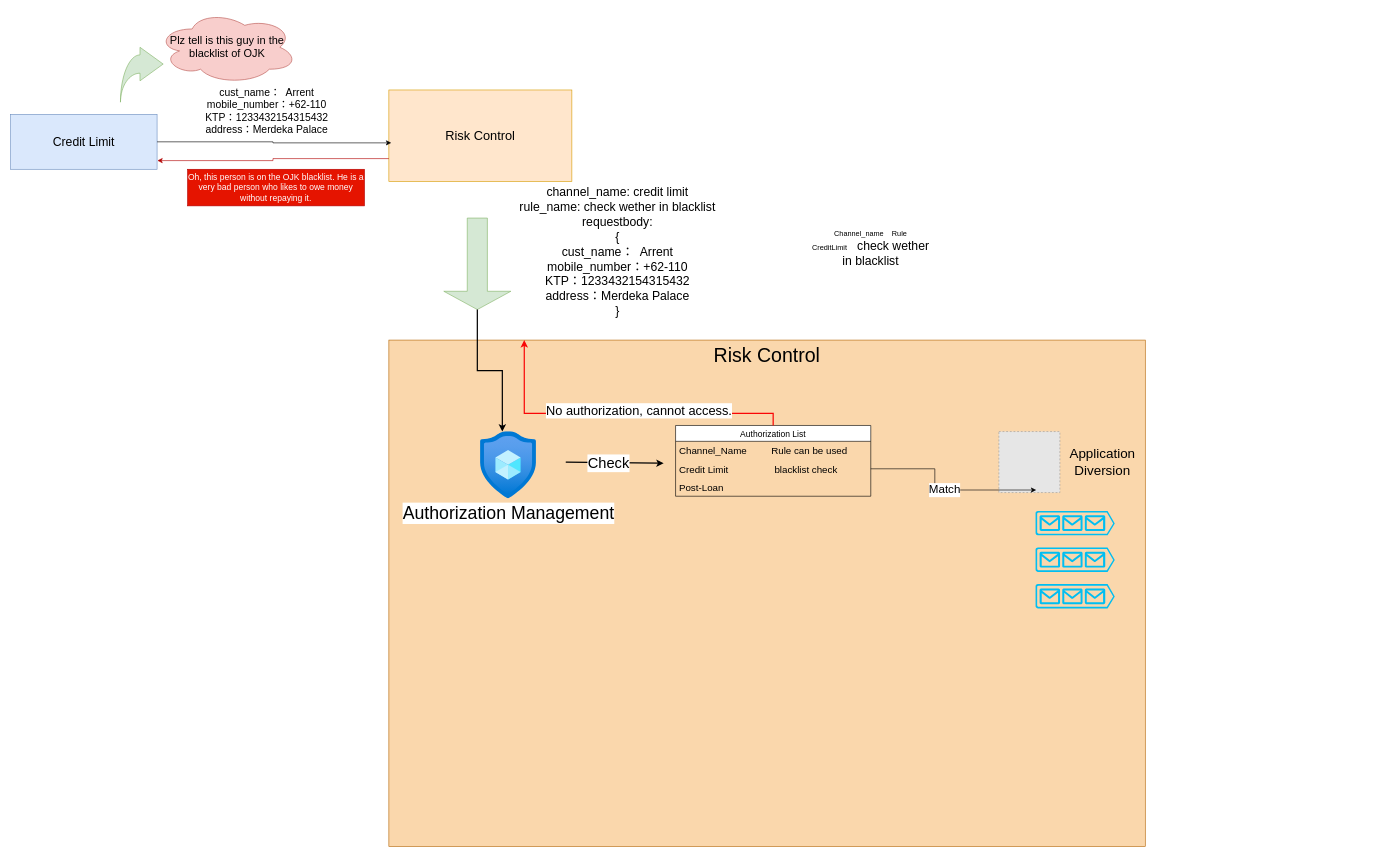
Above: 风控.drawio in paidaxingz/draw.io (draw.io), before the change. Source tidied: cells renumbered, new cells numbered last; positions are measured from the earlier drawing's top-left corner, leaving out a move shared by most shapes. Both pictures are drawn from the tidied source at 61%, with x=0, y=0 at pixel (10, 10). Pictures stored in the file or linked from it are replaced by grey dashed boxes.
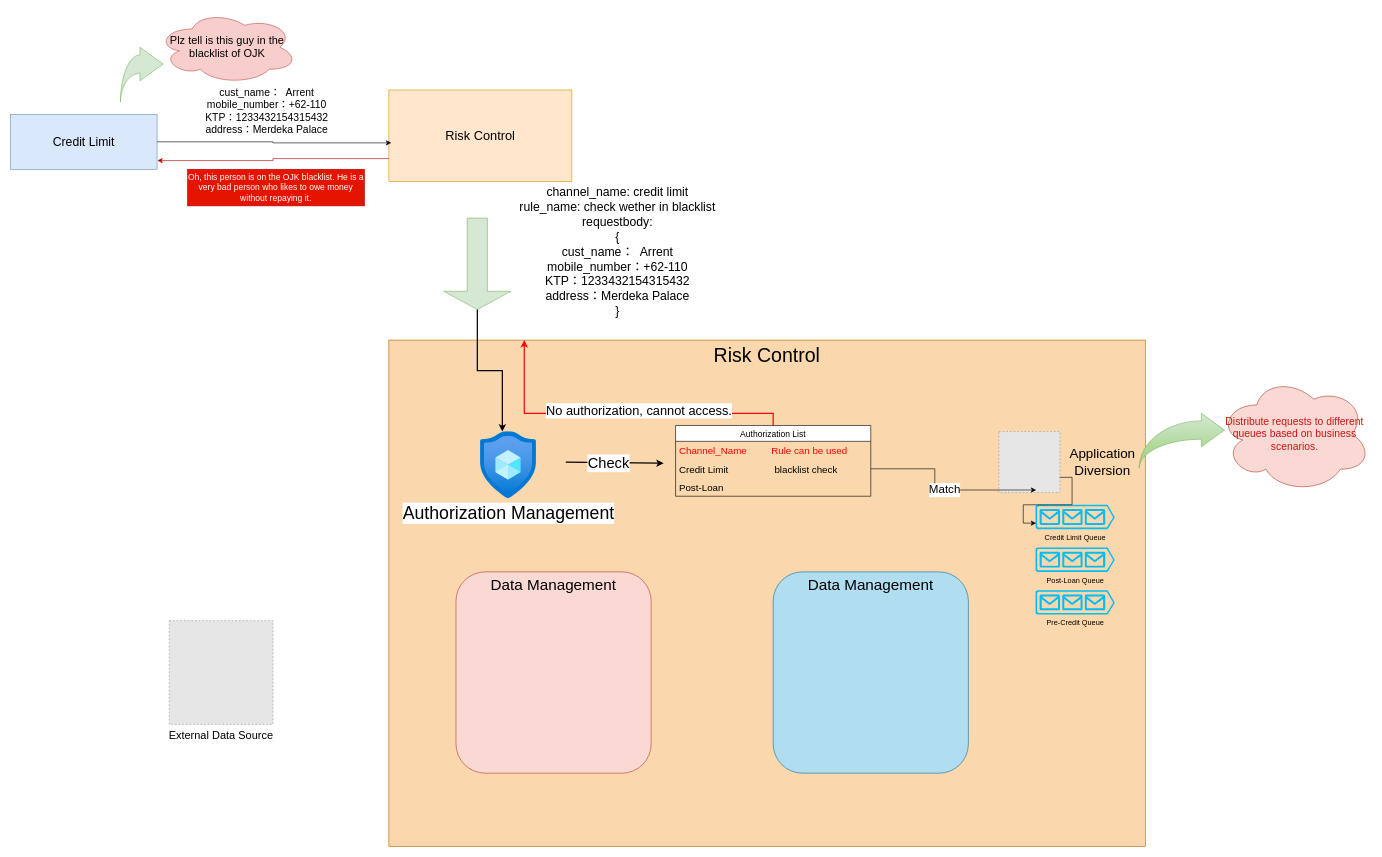
After the change.

The change refers to these unchanged cells:
```xml
<mxCell id="18" value="Authorization List" style="swimlane;fontStyle=0;horizontal=1;startSize=26;align=center;fontSize=14;" parent="1" vertex="1">
  <mxGeometry x="1090" y="680" width="320" height="116" as="geometry" />
</mxCell>
<mxCell id="24" style="fillColor=#E6E6E6;strokeColor=#999999;dashed=1;verticalLabelPosition=bottom;labelBackgroundColor=default;verticalAlign=top;" parent="1" vertex="1">
  <mxGeometry x="1620" y="690" width="100" height="100" as="geometry" />
</mxCell>
```

The edit, as a diff of the source:
```diff
@@
-    <mxCell id="17" value="Channel_name&amp;nbsp; &amp;nbsp; Rule&lt;div&gt;CreditLimit&amp;nbsp; &amp;nbsp; &amp;nbsp;&lt;span style=&quot;font-size: 20px; background-color: transparent; color: light-dark(rgb(0, 0, 0), rgb(255, 255, 255));&quot;&gt;check wether in blacklist&lt;/span&gt;&lt;/div&gt;" style="text;html=1;align=center;verticalAlign=middle;whiteSpace=wrap;rounded=0;" parent="1" vertex="1">
-      <mxGeometry x="1310" y="370" width="200" height="40" as="geometry" />
-    </mxCell>
@@
-    <mxCell id="19" value="Channel_Name&amp;nbsp; &amp;nbsp; &amp;nbsp; &amp;nbsp; &amp;nbsp;Rule can be used" style="text;strokeColor=none;fillColor=none;spacingLeft=4;spacingRight=4;overflow=hidden;fontSize=16;whiteSpace=wrap;html=1;" parent="18" vertex="1">
+    <mxCell id="19" value="&lt;font style=&quot;color: rgb(255, 0, 0);&quot;&gt;Channel_Name&amp;nbsp; &amp;nbsp; &amp;nbsp; &amp;nbsp; &amp;nbsp;Rule can be used&lt;/font&gt;" style="text;strokeColor=none;fillColor=none;spacingLeft=4;spacingRight=4;overflow=hidden;fontSize=16;whiteSpace=wrap;html=1;" parent="18" vertex="1">
       <mxGeometry y="26" width="320" height="30" as="geometry" />
     </mxCell>
@@
-    <mxCell id="28" style="verticalLabelPosition=bottom;html=1;verticalAlign=top;align=center;strokeColor=none;fillColor=#00BEF2;shape=mxgraph.azure.queue_generic;" parent="1" vertex="1">
-      <mxGeometry x="1680" y="820" width="130" height="40" as="geometry" />
+    <mxCell id="28" value="Credit Limit Queue" style="verticalLabelPosition=bottom;html=1;verticalAlign=top;align=center;strokeColor=none;fillColor=#00BEF2;shape=mxgraph.azure.queue_generic;" parent="1" vertex="1">
+      <mxGeometry x="1680" y="810" width="130" height="40" as="geometry" />
     </mxCell>
-    <mxCell id="29" style="verticalLabelPosition=bottom;html=1;verticalAlign=top;align=center;strokeColor=none;fillColor=#00BEF2;shape=mxgraph.azure.queue_generic;" parent="1" vertex="1">
+    <mxCell id="29" value="Post-Loan Queue" style="verticalLabelPosition=bottom;html=1;verticalAlign=top;align=center;strokeColor=none;fillColor=#00BEF2;shape=mxgraph.azure.queue_generic;" parent="1" vertex="1">
       <mxGeometry x="1680" y="880" width="130" height="40" as="geometry" />
     </mxCell>
-    <mxCell id="30" style="verticalLabelPosition=bottom;html=1;verticalAlign=top;align=center;strokeColor=none;fillColor=#00BEF2;shape=mxgraph.azure.queue_generic;" parent="1" vertex="1">
-      <mxGeometry x="1680" y="940" width="130" height="40" as="geometry" />
+    <mxCell id="30" value="Pre-Credit Queue" style="verticalLabelPosition=bottom;html=1;verticalAlign=top;align=center;strokeColor=none;fillColor=#00BEF2;shape=mxgraph.azure.queue_generic;" parent="1" vertex="1">
+      <mxGeometry x="1680" y="950" width="130" height="40" as="geometry" />
     </mxCell>
+    <mxCell id="31" style="edgeStyle=orthogonalEdgeStyle;rounded=0;jettySize=auto;html=1;exitX=1;exitY=0.75;exitDx=0;exitDy=0;entryX=0.008;entryY=0.753;entryDx=0;entryDy=0;entryPerimeter=0;" parent="1" edge="1" source="24" target="28">
+      <mxGeometry relative="1" as="geometry" />
+    </mxCell>
+    <mxCell id="32" value="Distribute requests to different queues based on business scenarios." style="ellipse;shape=cloud;whiteSpace=wrap;html=1;fillColor=#fad9d5;strokeColor=#ae4132;fontColor=light-dark(#cd1313, #EDEDED);fontSize=17;" parent="1" vertex="1">
+      <mxGeometry x="1980" y="598.5" width="250" height="191.5" as="geometry" />
+    </mxCell>
+    <mxCell id="33" style="html=1;shadow=0;dashed=0;align=center;verticalAlign=middle;shape=mxgraph.arrows2.jumpInArrow;dy=15;dx=38;arrowHead=55;fillColor=#d5e8d4;strokeColor=#82b366;gradientColor=#97d077;" parent="1" vertex="1">
+      <mxGeometry x="1850" y="660" width="140" height="90" as="geometry" />
+    </mxCell>
+    <mxCell id="34" value="External Data Source" style="fillColor=#E6E6E6;strokeColor=#999999;dashed=1;verticalLabelPosition=bottom;labelBackgroundColor=default;verticalAlign=top;fontSize=18;" parent="1" vertex="1">
+      <mxGeometry x="260" y="1000" width="170" height="170" as="geometry" />
+    </mxCell>
+    <mxCell id="35" value="&lt;span style=&quot;font-size: 25px;&quot;&gt;Data Management&lt;/span&gt;" style="rounded=1;whiteSpace=wrap;html=1;verticalAlign=top;fillColor=#b1ddf0;strokeColor=#10739e;" parent="1" vertex="1">
+      <mxGeometry x="1250" y="920" width="320" height="330" as="geometry" />
+    </mxCell>
+    <mxCell id="36" value="Data Management" style="rounded=1;whiteSpace=wrap;html=1;fontSize=25;verticalAlign=top;fillColor=#fad9d5;strokeColor=#ae4132;" parent="1" vertex="1">
+      <mxGeometry x="730" y="920" width="320" height="330" as="geometry" />
+    </mxCell>
```
